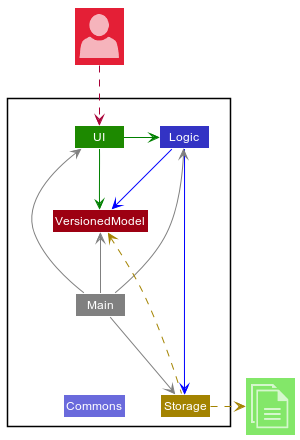
Before: docs/images/dg/architecture/ArchitectureDiagram.png, a diagram exported from PlantUML (nus-cs2103-AY2122S1/tp). Its diagram source:
```plantuml
@startuml
!include <office/Concepts/globe_internet>
!include <office/Concepts/documents>
!include <office/Users/user>
!include style.puml

Package " "<<Rectangle>>{
    Class UI UI_COLOR
    Class Logic LOGIC_COLOR
    Class Storage STORAGE_COLOR
    Class VersionedModel MODEL_COLOR
    Class Main #grey
    Class Commons LOGIC_COLOR_T2
}

Class "<$user>" as User MODEL_COLOR_T2
Class "<$documents>" as File UI_COLOR_T1


UI -[#green]> Logic
UI -right[#green]-> VersionedModel
Logic -[#blue]-> Storage
Logic -down[#blue]-> VersionedModel
Main -[#grey]-> UI
Main -[#grey]-> Logic
Main -[#grey]-> Storage
Main -up[#grey]-> VersionedModel
Main -down[hidden]-> Commons

Storage -up[STORAGE_COLOR].> VersionedModel
Storage .right[STORAGE_COLOR].>File
User ..> UI
@enduml
```
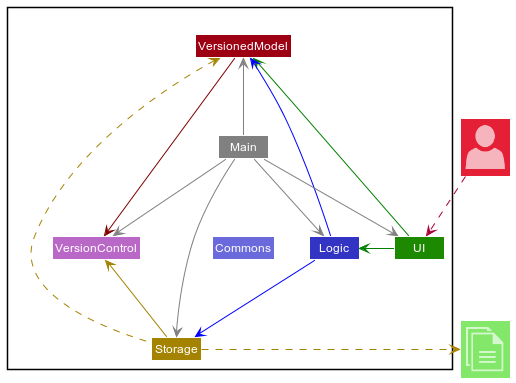
The same diagram one commit later.

What changed in the source:
```diff
@@ -2,7 +2,7 @@
 !include <office/Concepts/globe_internet>
 !include <office/Concepts/documents>
 !include <office/Users/user>
-!include style.puml
+!include ../style.puml
 
 Package " "<<Rectangle>>{
     Class UI UI_COLOR
@@ -11,22 +11,28 @@
     Class VersionedModel MODEL_COLOR
     Class Main #grey
     Class Commons LOGIC_COLOR_T2
+    Class VersionControl VERSIONCONTROL_COLOR
 }
 
 Class "<$user>" as User MODEL_COLOR_T2
 Class "<$documents>" as File UI_COLOR_T1
 
+VersionedModel =[#maroon]> VersionControl
 
 UI -[#green]> Logic
 UI -right[#green]-> VersionedModel
+
 Logic -[#blue]-> Storage
 Logic -down[#blue]-> VersionedModel
+
 Main -[#grey]-> UI
 Main -[#grey]-> Logic
 Main -[#grey]-> Storage
 Main -up[#grey]-> VersionedModel
 Main -down[hidden]-> Commons
+Main -down[#grey]-> VersionControl
 
+Storage -up[STORAGE_COLOR]-> VersionControl
 Storage -up[STORAGE_COLOR].> VersionedModel
 Storage .right[STORAGE_COLOR].>File
 User ..> UI
```
